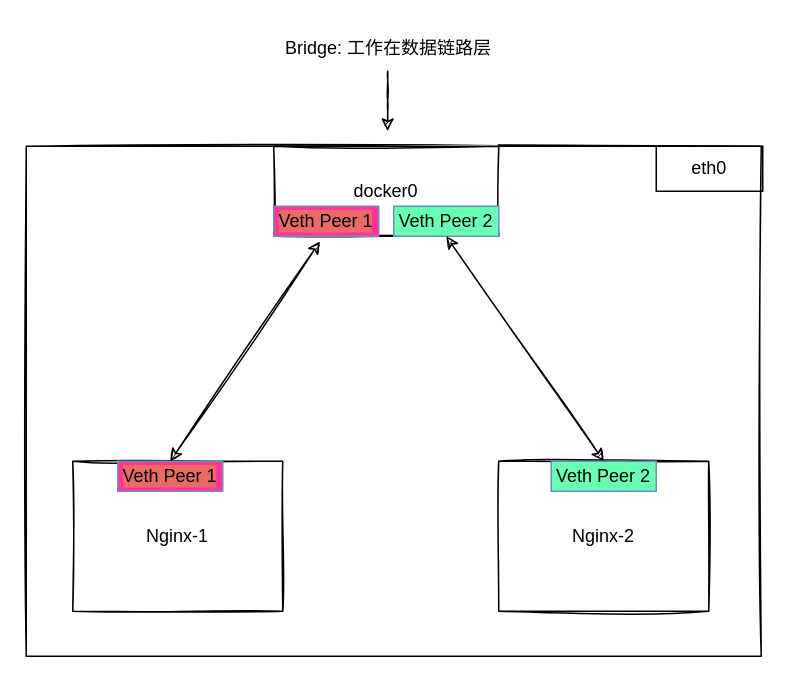
This is 深入剖析k8s.drawio from 906798724/myNote, a draw.io file, before an edit. Source tidied: cells renumbered, new cells numbered last; positions are measured from the earlier drawing's top-left corner, leaving out a move shared by most shapes. Both pictures are drawn from the tidied source at 150%, with x=0, y=0 at pixel (26, 26).
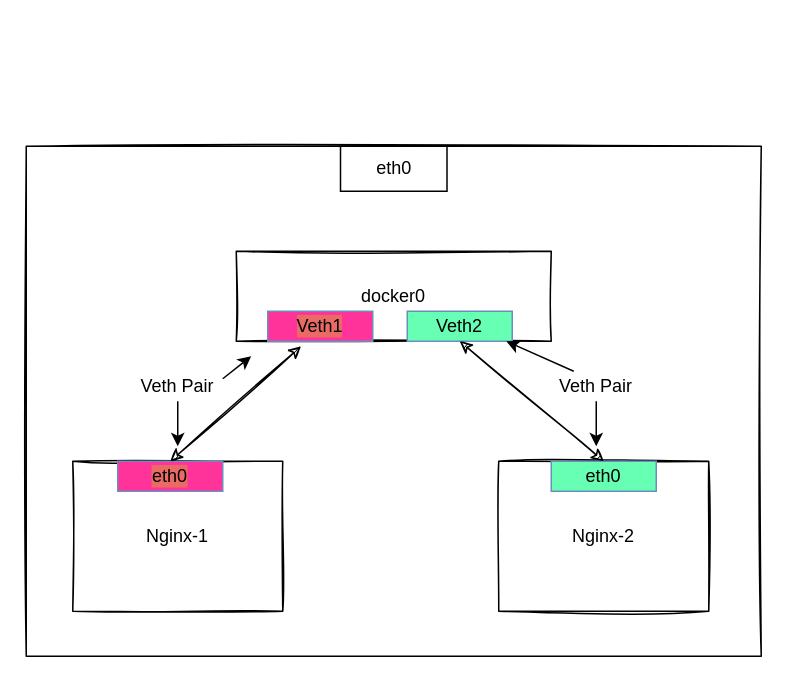
After the change.

The edit, as a diff of the source:
```diff
@@
     <mxCell id="3" value="docker0" style="rounded=0;whiteSpace=wrap;html=1;sketch=1;" parent="1" vertex="1">
-      <mxGeometry x="165" y="80" width="150" height="60" as="geometry" />
+      <mxGeometry x="140" y="150" width="210" height="60" as="geometry" />
     </mxCell>
-    <mxCell id="4" style="edgeStyle=orthogonalEdgeStyle;rounded=0;sketch=1;jettySize=auto;html=1;" parent="1" edge="1" source="5">
-      <mxGeometry relative="1" as="geometry">
-        <mxPoint x="241" y="70" as="targetPoint" />
-      </mxGeometry>
-    </mxCell>
-    <mxCell id="5" value="Bridge: 工作在数据链路层" style="text;html=1;strokeColor=none;fillColor=none;align=left;verticalAlign=middle;rounded=0;sketch=1;labelBackgroundColor=#FFFFFF;whiteSpace=wrap;" parent="1" vertex="1">
-      <mxGeometry x="171" width="140" height="30" as="geometry" />
-    </mxCell>
@@
-    <mxCell id="7" value="Veth Peer 1" style="rounded=0;whiteSpace=wrap;html=1;labelBackgroundColor=#EA6B66;sketch=0;fillColor=#FF3399;strokeColor=#6c8ebf;" parent="1" vertex="1">
+    <mxCell id="7" value="eth0" style="rounded=0;whiteSpace=wrap;html=1;labelBackgroundColor=#EA6B66;sketch=0;fillColor=#FF3399;strokeColor=#6c8ebf;" parent="1" vertex="1">
       <mxGeometry x="61" y="290" width="70" height="20" as="geometry" />
     </mxCell>
-    <mxCell id="8" value="Veth Peer 1" style="rounded=0;whiteSpace=wrap;html=1;labelBackgroundColor=#EA6B66;sketch=0;fillColor=#FF3399;strokeColor=#6c8ebf;" parent="1" vertex="1">
-      <mxGeometry x="165" y="120" width="70" height="20" as="geometry" />
+    <mxCell id="8" value="Veth1" style="rounded=0;whiteSpace=wrap;html=1;labelBackgroundColor=#EA6B66;sketch=0;fillColor=#FF3399;strokeColor=#6c8ebf;" parent="1" vertex="1">
+      <mxGeometry x="161" y="190" width="70" height="20" as="geometry" />
     </mxCell>
@@
-    <mxCell id="10" value="Veth Peer 2" style="rounded=0;whiteSpace=wrap;html=1;labelBackgroundColor=#66FFB3;sketch=0;fillColor=#66FFB3;strokeColor=#6c8ebf;" parent="1" vertex="1">
+    <mxCell id="10" value="eth0" style="rounded=0;whiteSpace=wrap;html=1;labelBackgroundColor=#66FFB3;sketch=0;fillColor=#66FFB3;strokeColor=#6c8ebf;" parent="1" vertex="1">
       <mxGeometry x="350" y="290" width="70" height="20" as="geometry" />
     </mxCell>
-    <mxCell id="11" value="Veth Peer 2" style="rounded=0;whiteSpace=wrap;html=1;labelBackgroundColor=#66FFB3;sketch=0;fillColor=#66FFB3;strokeColor=#6c8ebf;" parent="1" vertex="1">
-      <mxGeometry x="245" y="120" width="70" height="20" as="geometry" />
+    <mxCell id="11" value="Veth2" style="rounded=0;whiteSpace=wrap;html=1;labelBackgroundColor=#66FFB3;sketch=0;fillColor=#66FFB3;strokeColor=#6c8ebf;" parent="1" vertex="1">
+      <mxGeometry x="254" y="190" width="70" height="20" as="geometry" />
     </mxCell>
@@
     <mxCell id="14" value="eth0" style="rounded=0;whiteSpace=wrap;html=1;labelBackgroundColor=none;sketch=0;fillColor=none;" parent="1" vertex="1">
-      <mxGeometry x="420" y="80" width="71" height="30" as="geometry" />
+      <mxGeometry x="209.5" y="80" width="71" height="30" as="geometry" />
     </mxCell>
+    <mxCell id="15" style="edgeStyle=orthogonalEdgeStyle;rounded=0;jettySize=auto;html=1;exitX=0.5;exitY=1;exitDx=0;exitDy=0;" parent="1" edge="1" source="17">
+      <mxGeometry relative="1" as="geometry">
+        <mxPoint x="101" y="280" as="targetPoint" />
+      </mxGeometry>
+    </mxCell>
+    <mxCell id="16" style="rounded=0;jettySize=auto;html=1;exitX=1;exitY=0.25;exitDx=0;exitDy=0;" parent="1" edge="1" source="17">
+      <mxGeometry relative="1" as="geometry">
+        <mxPoint x="150" y="220" as="targetPoint" />
+      </mxGeometry>
+    </mxCell>
+    <mxCell id="17" value="Veth Pair" style="text;html=1;strokeColor=none;fillColor=none;align=center;verticalAlign=middle;whiteSpace=wrap;rounded=0;" parent="1" vertex="1">
+      <mxGeometry x="71" y="230" width="60" height="20" as="geometry" />
+    </mxCell>
+    <mxCell id="18" style="edgeStyle=none;rounded=0;jettySize=auto;html=1;exitX=0.5;exitY=1;exitDx=0;exitDy=0;" parent="1" edge="1" source="20">
+      <mxGeometry relative="1" as="geometry">
+        <mxPoint x="380" y="280" as="targetPoint" />
+      </mxGeometry>
+    </mxCell>
+    <mxCell id="19" style="edgeStyle=none;rounded=0;jettySize=auto;html=1;exitX=0.25;exitY=0;exitDx=0;exitDy=0;entryX=0.943;entryY=1;entryDx=0;entryDy=0;entryPerimeter=0;" parent="1" edge="1" source="20" target="11">
+      <mxGeometry relative="1" as="geometry" />
+    </mxCell>
+    <mxCell id="20" value="Veth Pair" style="text;html=1;strokeColor=none;fillColor=none;align=center;verticalAlign=middle;whiteSpace=wrap;rounded=0;" parent="1" vertex="1">
+      <mxGeometry x="350" y="230" width="60" height="20" as="geometry" />
+    </mxCell>
```
